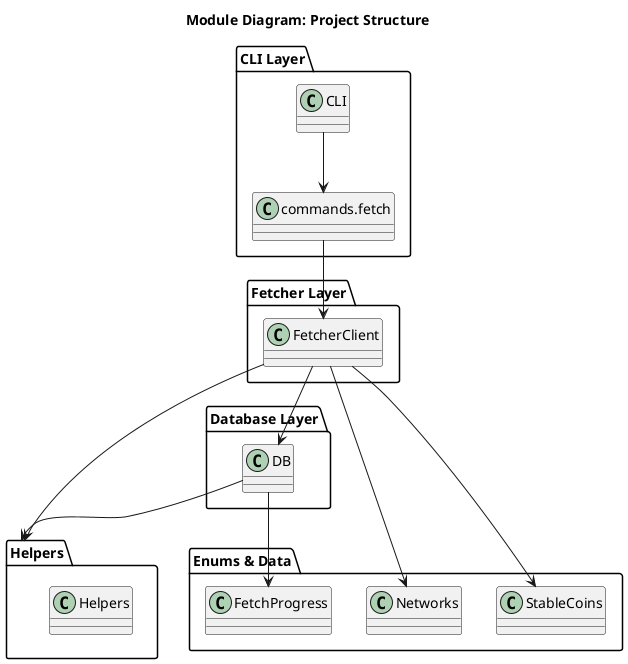
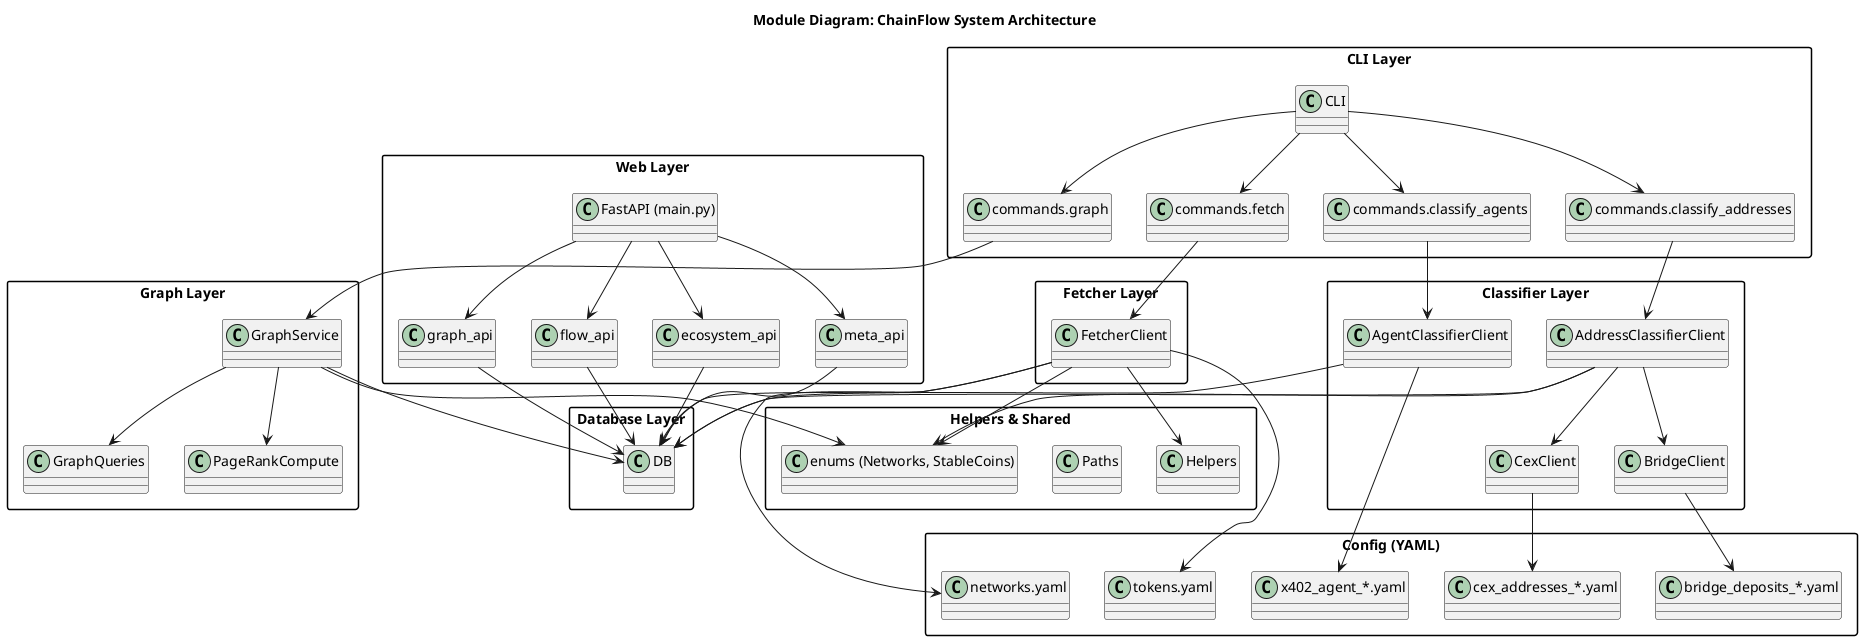
@startuml
- title Module Diagram: Project Structure
+ title Module Diagram: ChainFlow System Architecture
+ 
+ skinparam packageStyle rectangle

package "CLI Layer" {
    class CLI
-     class "commands.fetch" as FetchCommand
+     class "commands.fetch" as FetchCmd
+     class "commands.classify_addresses" as ClassifyCmd
+     class "commands.classify_agents" as AgentsCmd
+     class "commands.graph" as GraphCmd
}

package "Fetcher Layer" {
    class FetcherClient
}

+ package "Classifier Layer" {
+     class AddressClassifierClient
+     class CexClient
+     class BridgeClient
+     class AgentClassifierClient
+ }
+ 
+ package "Graph Layer" {
+     class GraphService
+     class PageRankCompute
+     class GraphQueries
+ }
+ 
+ package "Web Layer" {
+     class "FastAPI (main.py)" as FastAPI
+     class "graph_api" as GraphAPI
+     class "flow_api" as FlowAPI
+     class "ecosystem_api" as EcosystemAPI
+     class "meta_api" as MetaAPI
+ }
+ 
package "Database Layer" {
    class DB
}

- package "Helpers" {
+ package "Helpers & Shared" {
    class Helpers
+     class Paths
+     class "enums (Networks, StableCoins)" as Enums
}

- package "Enums & Data" {
-     class Networks
-     class StableCoins
-     class FetchProgress
+ package "Config (YAML)" {
+     class "networks.yaml" as NetCfg
+     class "tokens.yaml" as TokCfg
+     class "cex_addresses_*.yaml" as CexCfg
+     class "bridge_deposits_*.yaml" as BridgeCfg
+     class "x402_agent_*.yaml" as X402Cfg
}

- CLI --> FetchCommand
- FetchCommand --> FetcherClient
+ CLI --> FetchCmd
+ CLI --> ClassifyCmd
+ CLI --> AgentsCmd
+ CLI --> GraphCmd
+ 
+ FetchCmd --> FetcherClient
FetcherClient --> DB
FetcherClient --> Helpers
- DB --> Helpers
- FetcherClient --> Networks
- FetcherClient --> StableCoins
- DB --> FetchProgress

- @enduml+ ClassifyCmd --> AddressClassifierClient
+ AddressClassifierClient --> CexClient
+ AddressClassifierClient --> BridgeClient
+ AgentsCmd --> AgentClassifierClient
+ 
+ CexClient --> CexCfg
+ BridgeClient --> BridgeCfg
+ AgentClassifierClient --> X402Cfg
+ FetcherClient --> NetCfg
+ FetcherClient --> TokCfg
+ 
+ GraphCmd --> GraphService
+ GraphService --> PageRankCompute
+ GraphService --> GraphQueries
+ GraphService --> DB
+ 
+ AddressClassifierClient --> DB
+ AgentClassifierClient --> DB
+ 
+ FastAPI --> GraphAPI
+ FastAPI --> FlowAPI
+ FastAPI --> EcosystemAPI
+ FastAPI --> MetaAPI
+ 
+ GraphAPI --> DB
+ FlowAPI --> DB
+ EcosystemAPI --> DB
+ MetaAPI --> DB
+ 
+ FetcherClient --> Enums
+ AddressClassifierClient --> Enums
+ GraphService --> Enums
+ 
+ @enduml
